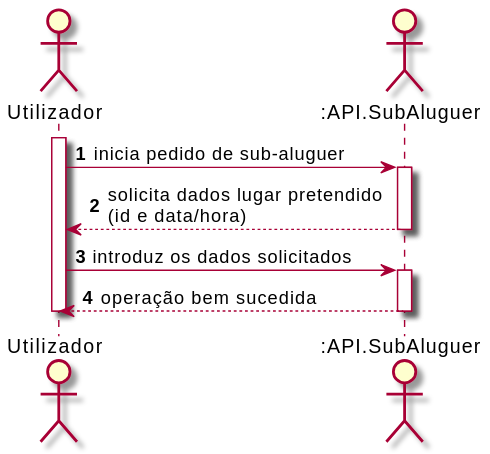
The PlantUML diagram Documentos/Sprint3/UC6/UC6_SSD.svg in UPskillDOTNET/Jakim-das-Coives-S.A., before a commit. Source of this version:
```plantuml
@startuml
autonumber
actor "Utilizador" as User
actor ":API.SubAluguer" as API

activate User
User -> API : inicia pedido de sub-aluguer
activate API
API --> User : solicita dados lugar pretendido \n(id e data/hora)
deactivate API

User -> API : introduz os dados solicitados
activate API

API --> User : operação bem sucedida

deactivate API

deactivate User
@enduml
```
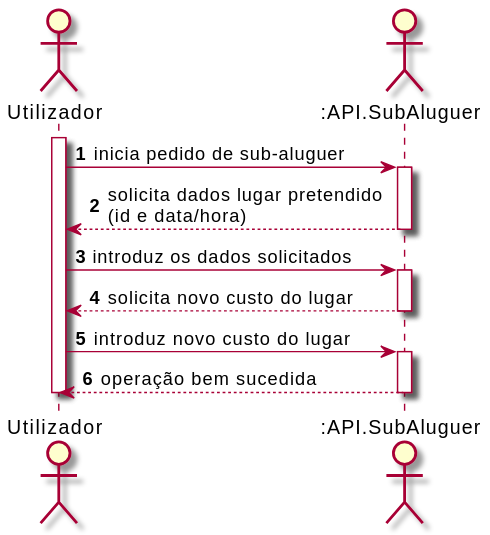
Later version of the same file.

Diff of the diagram source:
```diff
@@ -12,6 +12,12 @@
 User -> API : introduz os dados solicitados
 activate API
 
+API --> User : solicita novo custo do lugar
+deactivate API
+
+User -> API : introduz novo custo do lugar
+activate API
+
 API --> User : operação bem sucedida
 
 deactivate API
```
